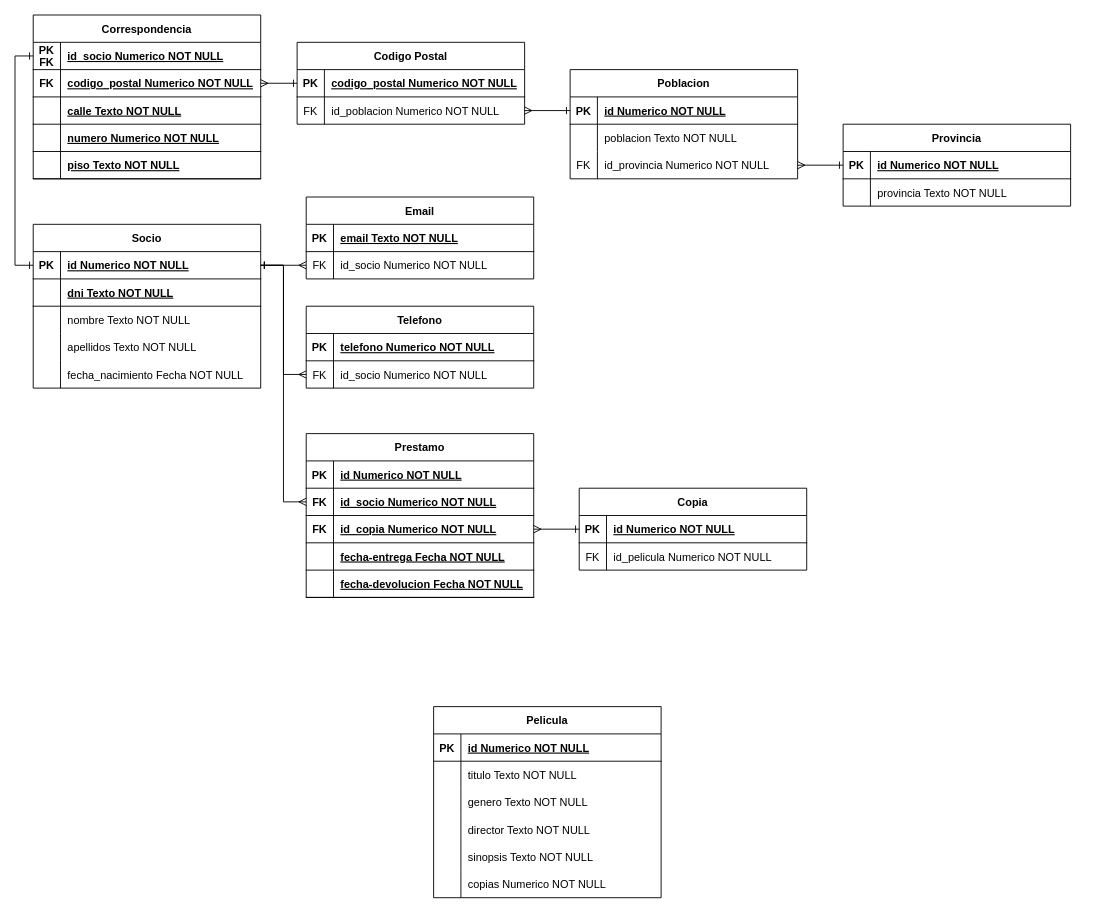
Before: Videoclub.drawio in codesthenos/KC-WEB17-SQL-codesthenos, a draw.io diagram. Source tidied: cells renumbered, new cells numbered last; positions are measured from the earlier drawing's top-left corner, leaving out a move shared by most shapes. Both pictures are drawn from the tidied source at 91%, with x=0, y=0 at pixel (33, 15).
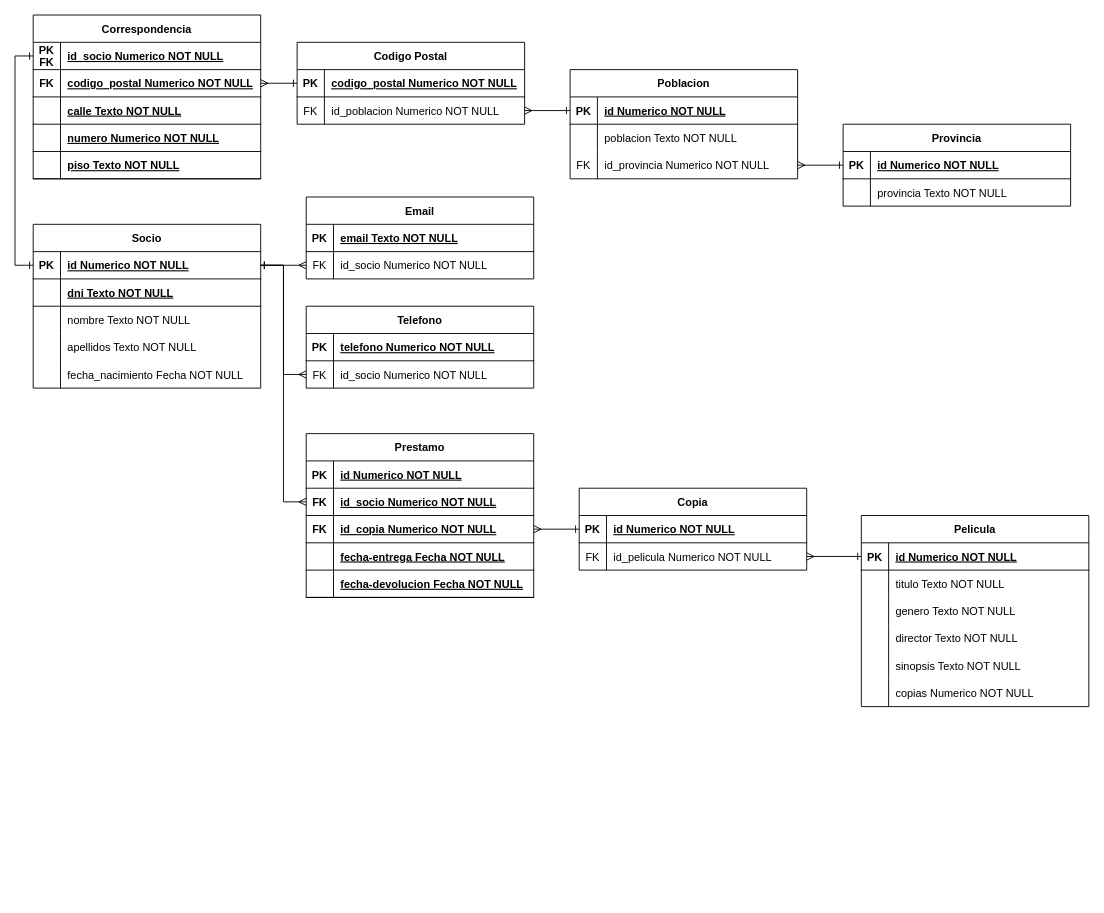
The same page after the edit.

Commit message:
Primera version de la base de datos en .drawio

Unchanged cells that the change refers to:
```xml
<mxCell id="22" style="shape=partialRectangle;fillColor=none;points=[[0,0.5],[1,0.5]];portConstraint=eastwest;top=0;left=0;right=0;bottom=0;" parent="18" vertex="1">
  <mxGeometry y="60" width="250" height="30" as="geometry" />
</mxCell>
<mxCell id="105" style="shape=partialRectangle;fillColor=none;points=[[0,0.5],[1,0.5]];portConstraint=eastwest;top=0;left=0;right=0;bottom=1;" parent="104" vertex="1">
  <mxGeometry y="30" width="250" height="30" as="geometry" />
</mxCell>
```

The edit, as a diff of the source:
```diff
@@
     <mxCell id="104" value="Pelicula" style="shape=table;startSize=30;childLayout=tableLayout;rowLines=0;fontStyle=1;align=center;" parent="1" vertex="1">
-      <mxGeometry x="440" y="760" width="250" height="210" as="geometry" />
+      <mxGeometry x="910" y="550" width="250" height="210" as="geometry" />
     </mxCell>
@@
+    <mxCell id="123" style="edgeStyle=orthogonalEdgeStyle;rounded=0;jettySize=auto;html=1;exitX=1;exitY=0.5;exitDx=0;exitDy=0;entryX=0;entryY=0.5;entryDx=0;entryDy=0;endArrow=ERone;endFill=0;startArrow=ERmany;startFill=0;" parent="1" edge="1" source="22" target="105">
+      <mxGeometry relative="1" as="geometry" />
+    </mxCell>
```
